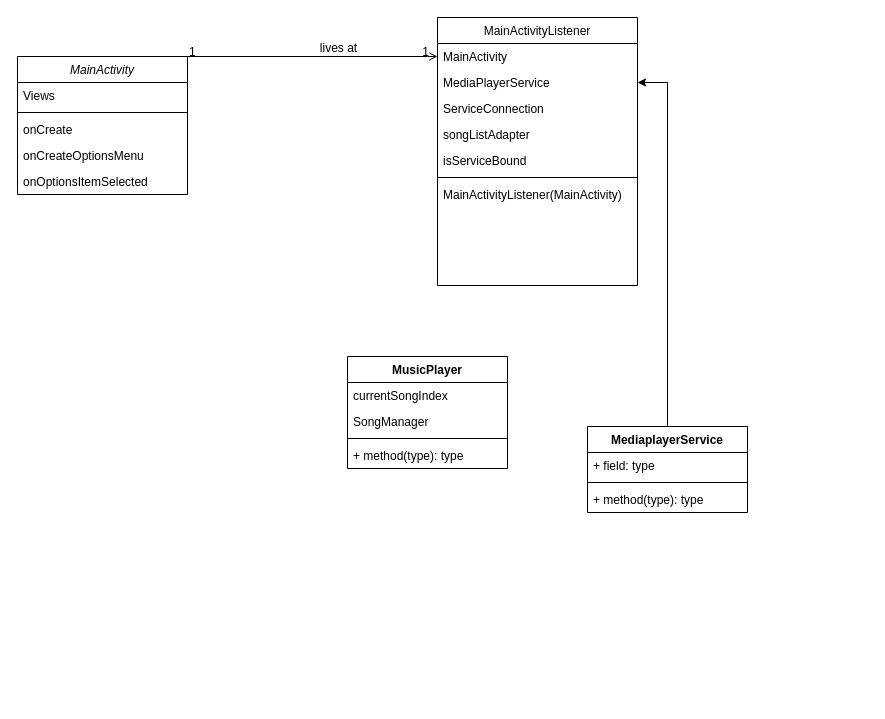
This is Untitled Diagram.drawio from JohannesGrobelski/MoonstoneMusicPlayer, a draw.io file, before an edit. Source tidied: cells renumbered, new cells numbered last; positions are measured from the earlier drawing's top-left corner, leaving out a move shared by most shapes. Both pictures are drawn from the tidied source at 100%, with x=0, y=0 at pixel (17, 17).
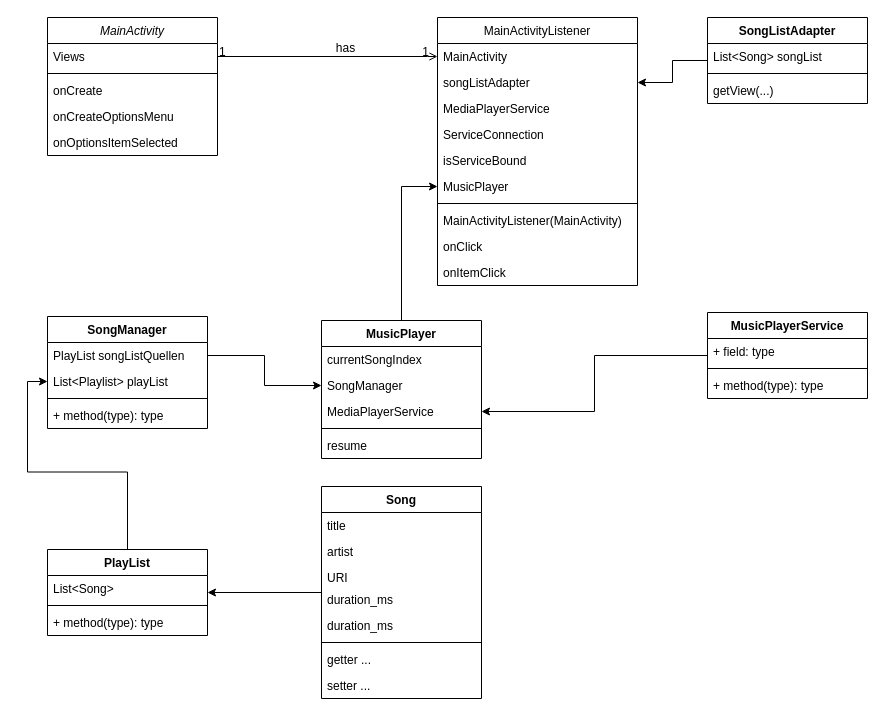
The same page after the edit.

The change refers to these unchanged cells:
```xml
<mxCell id="8" value="MainActivityListener" style="swimlane;fontStyle=0;align=center;verticalAlign=top;horizontal=1;startSize=26;rounded=0;shadow=0;strokeWidth=1;" parent="1" vertex="1">
  <mxGeometry x="420" width="200" height="268" as="geometry" />
</mxCell>
<mxCell id="16" style="endArrow=open;shadow=0;strokeWidth=1;rounded=0;endFill=1;edgeStyle=elbowEdgeStyle;elbow=vertical;" parent="1" edge="1" source="2" target="8">
  <mxGeometry x="0.5" y="41" relative="1" as="geometry">
    <Array as="points">
      <mxPoint x="410" y="39" />
    </Array>
    <mxPoint x="-40" y="32" as="offset" />
  </mxGeometry>
</mxCell>
<mxCell id="27" value="SongManager" style="text;align=left;verticalAlign=top;spacingLeft=4;spacingRight=4;overflow=hidden;points=[[0,0.5],[1,0.5]];portConstraint=eastwest;rounded=0;shadow=0;html=0;" parent="25" vertex="1">
  <mxGeometry y="52" width="160" height="26" as="geometry" />
</mxCell>
```

Diff of the diagram source:
```diff
@@
     <mxCell id="2" value="MainActivity" style="swimlane;fontStyle=2;align=center;verticalAlign=top;horizontal=1;startSize=26;rounded=0;shadow=0;strokeWidth=1;" parent="1" vertex="1">
-      <mxGeometry y="39" width="170" height="138" as="geometry" />
+      <mxGeometry x="30" width="170" height="138" as="geometry" />
     </mxCell>
@@
+    <mxCell id="12" value="songListAdapter&#10;" style="text;align=left;verticalAlign=top;spacingLeft=4;spacingRight=4;overflow=hidden;points=[[0,0.5],[1,0.5]];portConstraint=eastwest;rounded=0;shadow=0;html=0;" parent="8" vertex="1">
+      <mxGeometry y="52" width="200" height="26" as="geometry" />
+    </mxCell>
     <mxCell id="10" value="MediaPlayerService" style="text;align=left;verticalAlign=top;spacingLeft=4;spacingRight=4;overflow=hidden;points=[[0,0.5],[1,0.5]];portConstraint=eastwest;rounded=0;shadow=0;html=0;" parent="8" vertex="1">
-      <mxGeometry y="52" width="200" height="26" as="geometry" />
+      <mxGeometry y="78" width="200" height="26" as="geometry" />
     </mxCell>
     <mxCell id="11" value="ServiceConnection" style="text;align=left;verticalAlign=top;spacingLeft=4;spacingRight=4;overflow=hidden;rounded=0;shadow=0;html=0;" parent="8" vertex="1">
-      <mxGeometry y="78" width="200" height="26" as="geometry" />
+      <mxGeometry y="104" width="200" height="26" as="geometry" />
     </mxCell>
-    <mxCell id="12" value="songListAdapter&#10;" style="text;align=left;verticalAlign=top;spacingLeft=4;spacingRight=4;overflow=hidden;points=[[0,0.5],[1,0.5]];portConstraint=eastwest;rounded=0;shadow=0;html=0;" parent="8" vertex="1">
-      <mxGeometry y="104" width="200" height="26" as="geometry" />
-    </mxCell>
@@
+    <mxCell id="30" value="MusicPlayer" style="text;align=left;verticalAlign=top;spacingLeft=4;spacingRight=4;overflow=hidden;points=[[0,0.5],[1,0.5]];portConstraint=eastwest;rounded=0;shadow=0;html=0;" parent="8" vertex="1">
+      <mxGeometry y="156" width="200" height="26" as="geometry" />
+    </mxCell>
     <mxCell id="14" style="line;html=1;strokeWidth=1;align=left;verticalAlign=middle;spacingTop=-1;spacingLeft=3;spacingRight=3;labelPosition=right;" parent="8" vertex="1">
-      <mxGeometry y="156" width="200" height="8" as="geometry" />
+      <mxGeometry y="182" width="200" height="8" as="geometry" />
     </mxCell>
     <mxCell id="15" value="MainActivityListener(MainActivity)" style="text;align=left;verticalAlign=top;spacingLeft=4;spacingRight=4;overflow=hidden;" parent="8" vertex="1">
-      <mxGeometry y="164" width="200" height="26" as="geometry" />
+      <mxGeometry y="190" width="200" height="26" as="geometry" />
     </mxCell>
+    <mxCell id="31" value="onClick" style="text;strokeColor=none;fillColor=none;align=left;verticalAlign=top;spacingLeft=4;spacingRight=4;overflow=hidden;" parent="8" vertex="1">
+      <mxGeometry y="216" width="200" height="26" as="geometry" />
+    </mxCell>
+    <mxCell id="32" value="onItemClick" style="text;strokeColor=none;fillColor=none;align=left;verticalAlign=top;spacingLeft=4;spacingRight=4;overflow=hidden;" parent="8" vertex="1">
+      <mxGeometry y="242" width="200" height="26" as="geometry" />
+    </mxCell>
@@
-    <mxCell id="19" value="lives at" style="text;html=1;align=center;verticalAlign=middle;labelBackgroundColor=none;rounded=0;shadow=0;strokeWidth=1;fontSize=12;" parent="16" vertex="1">
+    <mxCell id="19" value="has" style="text;html=1;align=center;verticalAlign=middle;labelBackgroundColor=none;rounded=0;shadow=0;strokeWidth=1;fontSize=12;" parent="16" vertex="1">
       <mxGeometry x="0.5" y="49" relative="1" as="geometry">
         <mxPoint x="-38" y="40" as="offset" />
       </mxGeometry>
     </mxCell>
-    <mxCell id="20" style="edgeStyle=orthogonalEdgeStyle;rounded=0;jettySize=auto;html=1;" parent="1" edge="1" source="21" target="10">
+    <mxCell id="20" style="edgeStyle=orthogonalEdgeStyle;rounded=0;jettySize=auto;html=1;entryX=1;entryY=0.5;entryDx=0;entryDy=0;" parent="1" edge="1" source="21" target="34">
       <mxGeometry relative="1" as="geometry" />
     </mxCell>
-    <mxCell id="21" value="MediaplayerService" style="swimlane;fontStyle=1;align=center;verticalAlign=top;horizontal=1;startSize=26;" parent="1" vertex="1">
-      <mxGeometry x="570" y="409" width="160" height="86" as="geometry" />
+    <mxCell id="21" value="MusicPlayerService" style="swimlane;fontStyle=1;align=center;verticalAlign=top;horizontal=1;startSize=26;" parent="1" vertex="1">
+      <mxGeometry x="690" y="295" width="160" height="86" as="geometry" />
     </mxCell>
@@
+    <mxCell id="33" style="edgeStyle=orthogonalEdgeStyle;rounded=0;jettySize=auto;html=1;" parent="1" edge="1" source="25" target="30">
+      <mxGeometry relative="1" as="geometry" />
+    </mxCell>
     <mxCell id="25" value="MusicPlayer" style="swimlane;fontStyle=1;align=center;verticalAlign=top;horizontal=1;startSize=26;" parent="1" vertex="1">
-      <mxGeometry x="330" y="339" width="160" height="112" as="geometry" />
+      <mxGeometry x="304" y="303" width="160" height="138" as="geometry" />
     </mxCell>
@@
+    <mxCell id="34" value="MediaPlayerService" style="text;align=left;verticalAlign=top;spacingLeft=4;spacingRight=4;overflow=hidden;points=[[0,0.5],[1,0.5]];portConstraint=eastwest;rounded=0;shadow=0;html=0;" parent="25" vertex="1">
+      <mxGeometry y="78" width="160" height="26" as="geometry" />
+    </mxCell>
     <mxCell id="28" style="line;strokeWidth=1;fillColor=none;align=left;verticalAlign=middle;spacingTop=-1;spacingLeft=3;spacingRight=3;labelPosition=right;" parent="25" vertex="1">
-      <mxGeometry y="78" width="160" height="8" as="geometry" />
+      <mxGeometry y="104" width="160" height="8" as="geometry" />
     </mxCell>
-    <mxCell id="29" value="+ method(type): type" style="text;strokeColor=none;fillColor=none;align=left;verticalAlign=top;spacingLeft=4;spacingRight=4;overflow=hidden;" parent="25" vertex="1">
-      <mxGeometry y="86" width="160" height="26" as="geometry" />
+    <mxCell id="29" value="resume" style="text;strokeColor=none;fillColor=none;align=left;verticalAlign=top;spacingLeft=4;spacingRight=4;overflow=hidden;" parent="25" vertex="1">
+      <mxGeometry y="112" width="160" height="26" as="geometry" />
     </mxCell>
+    <mxCell id="35" value="SongManager" style="swimlane;fontStyle=1;align=center;verticalAlign=top;horizontal=1;startSize=26;" parent="1" vertex="1">
+      <mxGeometry x="30" y="299" width="160" height="112" as="geometry" />
+    </mxCell>
+    <mxCell id="36" value="PlayList songListQuellen" style="text;strokeColor=none;fillColor=none;align=left;verticalAlign=top;spacingLeft=4;spacingRight=4;overflow=hidden;points=[[0,0.5],[1,0.5]];portConstraint=eastwest;" parent="35" vertex="1">
+      <mxGeometry y="26" width="160" height="26" as="geometry" />
+    </mxCell>
+    <mxCell id="37" value="List&lt;Playlist&gt; playList" style="text;strokeColor=none;fillColor=none;align=left;verticalAlign=top;spacingLeft=4;spacingRight=4;overflow=hidden;points=[[0,0.5],[1,0.5]];portConstraint=eastwest;" parent="35" vertex="1">
+      <mxGeometry y="52" width="160" height="26" as="geometry" />
+    </mxCell>
+    <mxCell id="38" style="line;strokeWidth=1;fillColor=none;align=left;verticalAlign=middle;spacingTop=-1;spacingLeft=3;spacingRight=3;labelPosition=right;" parent="35" vertex="1">
+      <mxGeometry y="78" width="160" height="8" as="geometry" />
+    </mxCell>
+    <mxCell id="39" value="+ method(type): type" style="text;strokeColor=none;fillColor=none;align=left;verticalAlign=top;spacingLeft=4;spacingRight=4;overflow=hidden;" parent="35" vertex="1">
+      <mxGeometry y="86" width="160" height="26" as="geometry" />
+    </mxCell>
+    <mxCell id="40" style="edgeStyle=orthogonalEdgeStyle;rounded=0;jettySize=auto;html=1;" parent="1" edge="1" source="41" target="12">
+      <mxGeometry relative="1" as="geometry" />
+    </mxCell>
+    <mxCell id="41" value="SongListAdapter" style="swimlane;fontStyle=1;align=center;verticalAlign=top;horizontal=1;startSize=26;" parent="1" vertex="1">
+      <mxGeometry x="690" width="160" height="86" as="geometry" />
+    </mxCell>
+    <mxCell id="42" value="List&lt;Song&gt; songList" style="text;strokeColor=none;fillColor=none;align=left;verticalAlign=top;spacingLeft=4;spacingRight=4;overflow=hidden;" parent="41" vertex="1">
+      <mxGeometry y="26" width="160" height="26" as="geometry" />
+    </mxCell>
+    <mxCell id="43" style="line;strokeWidth=1;fillColor=none;align=left;verticalAlign=middle;spacingTop=-1;spacingLeft=3;spacingRight=3;labelPosition=right;" parent="41" vertex="1">
+      <mxGeometry y="52" width="160" height="8" as="geometry" />
+    </mxCell>
+    <mxCell id="44" value="getView(...)" style="text;strokeColor=none;fillColor=none;align=left;verticalAlign=top;spacingLeft=4;spacingRight=4;overflow=hidden;" parent="41" vertex="1">
+      <mxGeometry y="60" width="160" height="26" as="geometry" />
+    </mxCell>
+    <mxCell id="45" style="edgeStyle=orthogonalEdgeStyle;rounded=0;jettySize=auto;html=1;entryX=0;entryY=0.5;entryDx=0;entryDy=0;" parent="1" edge="1" source="46" target="37">
+      <mxGeometry relative="1" as="geometry" />
+    </mxCell>
+    <mxCell id="46" value="PlayList" style="swimlane;fontStyle=1;align=center;verticalAlign=top;horizontal=1;startSize=26;" parent="1" vertex="1">
+      <mxGeometry x="30" y="532" width="160" height="86" as="geometry" />
+    </mxCell>
+    <mxCell id="47" value="List&lt;Song&gt;" style="text;strokeColor=none;fillColor=none;align=left;verticalAlign=top;spacingLeft=4;spacingRight=4;overflow=hidden;" parent="46" vertex="1">
+      <mxGeometry y="26" width="160" height="26" as="geometry" />
+    </mxCell>
+    <mxCell id="48" style="line;strokeWidth=1;fillColor=none;align=left;verticalAlign=middle;spacingTop=-1;spacingLeft=3;spacingRight=3;labelPosition=right;" parent="46" vertex="1">
+      <mxGeometry y="52" width="160" height="8" as="geometry" />
+    </mxCell>
+    <mxCell id="49" value="+ method(type): type" style="text;strokeColor=none;fillColor=none;align=left;verticalAlign=top;spacingLeft=4;spacingRight=4;overflow=hidden;" parent="46" vertex="1">
+      <mxGeometry y="60" width="160" height="26" as="geometry" />
+    </mxCell>
+    <mxCell id="50" style="edgeStyle=orthogonalEdgeStyle;rounded=0;jettySize=auto;html=1;entryX=1;entryY=0.5;entryDx=0;entryDy=0;" parent="1" edge="1" source="51" target="46">
+      <mxGeometry relative="1" as="geometry" />
+    </mxCell>
+    <mxCell id="51" value="Song" style="swimlane;fontStyle=1;align=center;verticalAlign=top;horizontal=1;startSize=26;" parent="1" vertex="1">
+      <mxGeometry x="304" y="469" width="160" height="212" as="geometry" />
+    </mxCell>
+    <mxCell id="52" value="title" style="text;strokeColor=none;fillColor=none;align=left;verticalAlign=top;spacingLeft=4;spacingRight=4;overflow=hidden;" parent="51" vertex="1">
+      <mxGeometry y="26" width="160" height="26" as="geometry" />
+    </mxCell>
+    <mxCell id="53" value="artist" style="text;strokeColor=none;fillColor=none;align=left;verticalAlign=top;spacingLeft=4;spacingRight=4;overflow=hidden;" parent="51" vertex="1">
+      <mxGeometry y="52" width="160" height="26" as="geometry" />
+    </mxCell>
+    <mxCell id="54" value="URI" style="text;strokeColor=none;fillColor=none;align=left;verticalAlign=top;spacingLeft=4;spacingRight=4;overflow=hidden;" parent="51" vertex="1">
+      <mxGeometry y="78" width="160" height="22" as="geometry" />
+    </mxCell>
+    <mxCell id="55" value="duration_ms" style="text;strokeColor=none;fillColor=none;align=left;verticalAlign=top;spacingLeft=4;spacingRight=4;overflow=hidden;" parent="51" vertex="1">
+      <mxGeometry y="100" width="160" height="26" as="geometry" />
+    </mxCell>
+    <mxCell id="56" value="duration_ms" style="text;strokeColor=none;fillColor=none;align=left;verticalAlign=top;spacingLeft=4;spacingRight=4;overflow=hidden;" parent="51" vertex="1">
+      <mxGeometry y="126" width="160" height="26" as="geometry" />
+    </mxCell>
+    <mxCell id="57" style="line;strokeWidth=1;fillColor=none;align=left;verticalAlign=middle;spacingTop=-1;spacingLeft=3;spacingRight=3;labelPosition=right;" parent="51" vertex="1">
+      <mxGeometry y="152" width="160" height="8" as="geometry" />
+    </mxCell>
+    <mxCell id="58" value="getter ..." style="text;strokeColor=none;fillColor=none;align=left;verticalAlign=top;spacingLeft=4;spacingRight=4;overflow=hidden;" parent="51" vertex="1">
+      <mxGeometry y="160" width="160" height="26" as="geometry" />
+    </mxCell>
+    <mxCell id="59" value="setter ..." style="text;strokeColor=none;fillColor=none;align=left;verticalAlign=top;spacingLeft=4;spacingRight=4;overflow=hidden;" parent="51" vertex="1">
+      <mxGeometry y="186" width="160" height="26" as="geometry" />
+    </mxCell>
+    <mxCell id="60" style="edgeStyle=orthogonalEdgeStyle;rounded=0;jettySize=auto;html=1;" parent="1" edge="1" source="36" target="27">
+      <mxGeometry relative="1" as="geometry" />
+    </mxCell>
```
